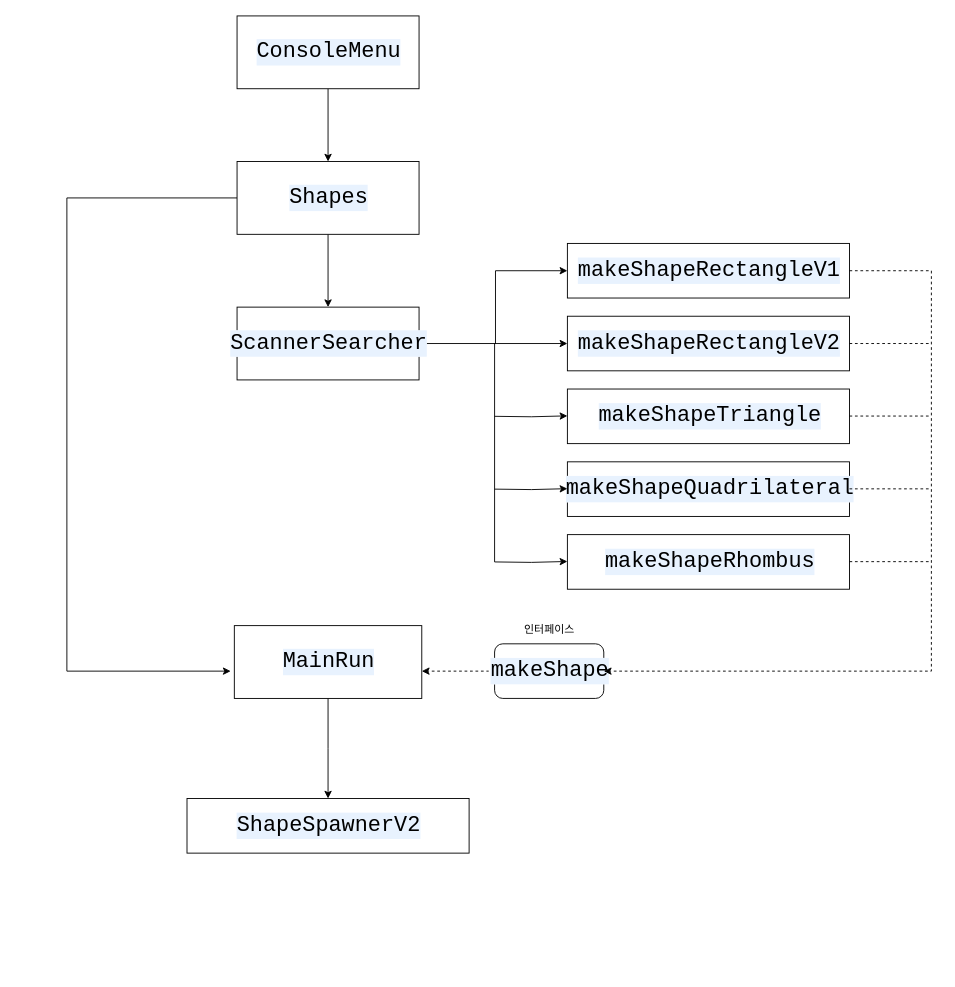
The draw.io diagram src/윤광혁/ShapeSpawnerV2 INFO/ShapeSpawnerV2.drawio in FN-BN-EDU-ORGANIZATION/JAVA, before the edit. Source tidied: cells renumbered, new cells numbered last; positions are measured from the earlier drawing's top-left corner, leaving out a move shared by most shapes. Both pictures are drawn from the tidied source at 91%, with x=0, y=0 at pixel (66, 15).
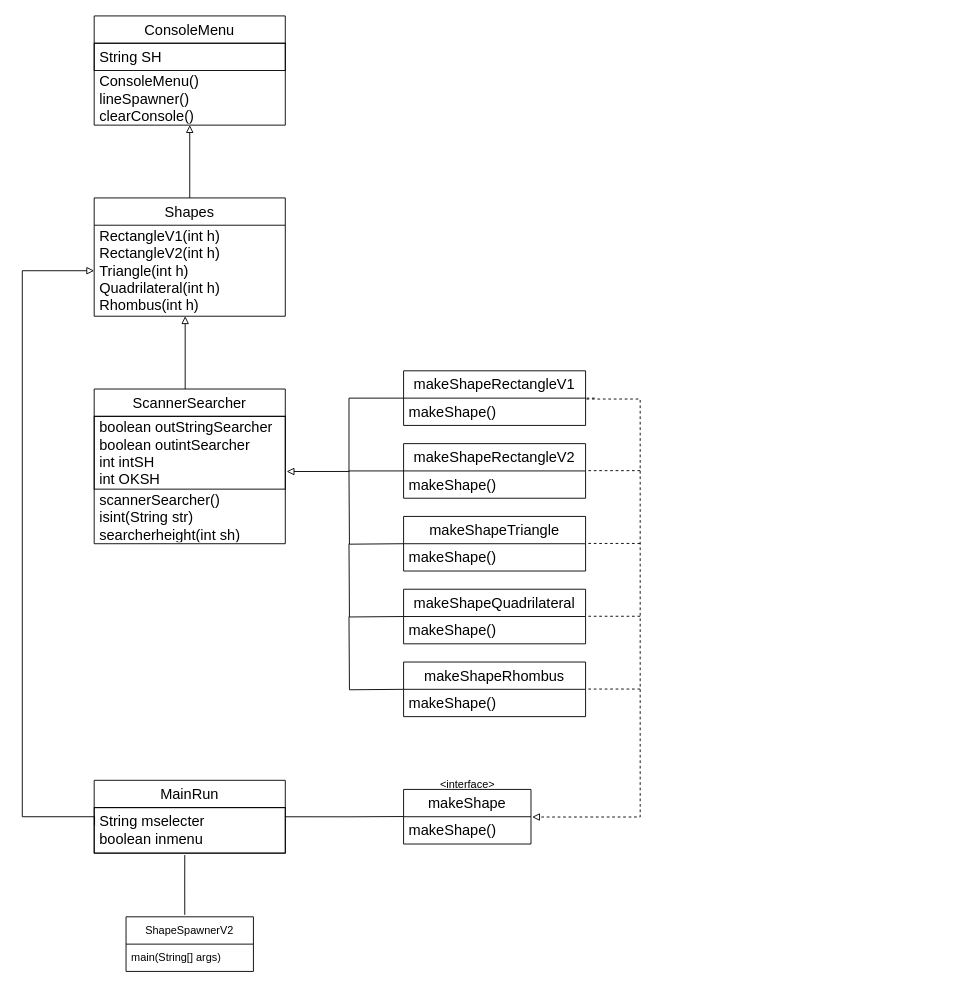
The same diagram, later.

What changed in the source:
```diff
@@
-    <mxCell id="2" style="edgeStyle=orthogonalEdgeStyle;rounded=0;jettySize=auto;html=1;" parent="1" edge="1" source="3" target="6">
-      <mxGeometry relative="1" as="geometry" />
-    </mxCell>
+    <mxCell id="29" style="edgeStyle=orthogonalEdgeStyle;rounded=0;jettySize=auto;html=1;exitX=0.5;exitY=0;exitDx=0;exitDy=0;endArrow=block;endFill=0;strokeWidth=1;" parent="1" edge="1" source="6" target="3">
+      <mxGeometry relative="1" as="geometry" />
+    </mxCell>
-    <mxCell id="3" value="&lt;div style=&quot;background-color:#ffffff;padding:0px 0px 0px 2px;&quot;&gt;&lt;div style=&quot;font-family: &amp;quot;Courier New&amp;quot;; font-size: 18pt;&quot;&gt;&lt;p style=&quot;background-color:#e8f2fe;margin:0;&quot;&gt;ConsoleMenu&lt;/p&gt;&lt;/div&gt;&lt;/div&gt;" style="rounded=0;whiteSpace=wrap;html=1;" parent="1" vertex="1">
-      <mxGeometry x="187" width="200" height="80" as="geometry" />
+    <mxCell id="3" value="ConsoleMenu" style="swimlane;fontStyle=0;horizontal=1;startSize=30;whiteSpace=wrap;fontFamily=Helvetica;fontSize=16;fontColor=default;" parent="1" vertex="1">
+      <mxGeometry x="30" width="210" height="120" as="geometry" />
     </mxCell>
-    <mxCell id="4" style="edgeStyle=orthogonalEdgeStyle;rounded=0;jettySize=auto;html=1;" parent="1" edge="1" source="6" target="9">
-      <mxGeometry relative="1" as="geometry" />
-    </mxCell>
-    <mxCell id="5" style="edgeStyle=orthogonalEdgeStyle;rounded=0;jettySize=auto;html=1;" parent="1" edge="1" source="6">
-      <mxGeometry relative="1" as="geometry">
-        <mxPoint x="180" y="720" as="targetPoint" />
-        <Array as="points">
-          <mxPoint y="200" />
-        </Array>
-      </mxGeometry>
-    </mxCell>
+    <mxCell id="30" value="String SH" style="text;strokeColor=default;fillColor=none;align=left;verticalAlign=middle;spacingLeft=4;spacingRight=4;overflow=hidden;whiteSpace=wrap;fontFamily=Helvetica;fontSize=16;fontColor=default;" parent="3" vertex="1">
+      <mxGeometry y="30" width="210" height="30" as="geometry" />
+    </mxCell>
+    <mxCell id="31" value="ConsoleMenu()&#10;lineSpawner()&#10;clearConsole()" style="text;strokeColor=none;fillColor=none;align=left;verticalAlign=middle;spacingLeft=4;spacingRight=4;overflow=hidden;whiteSpace=wrap;fontFamily=Helvetica;fontSize=16;fontColor=default;" parent="3" vertex="1">
+      <mxGeometry y="60" width="210" height="60" as="geometry" />
+    </mxCell>
-    <mxCell id="6" value="&lt;div style=&quot;background-color:#ffffff;padding:0px 0px 0px 2px;&quot;&gt;&lt;div style=&quot;font-family: &amp;quot;Courier New&amp;quot;; font-size: 18pt;&quot;&gt;&lt;p style=&quot;background-color:#e8f2fe;margin:0;&quot;&gt;Shapes&lt;/p&gt;&lt;/div&gt;&lt;/div&gt;" style="rounded=0;whiteSpace=wrap;html=1;" parent="1" vertex="1">
-      <mxGeometry x="187" y="160" width="200" height="80" as="geometry" />
+    <mxCell id="6" value="Shapes" style="swimlane;fontStyle=0;horizontal=1;startSize=30;fontFamily=Helvetica;fontSize=16;fontColor=default;whiteSpace=wrap;" parent="1" vertex="1">
+      <mxGeometry x="30" y="200" width="210" height="130" as="geometry" />
     </mxCell>
-    <mxCell id="7" style="edgeStyle=orthogonalEdgeStyle;rounded=0;jettySize=auto;html=1;" parent="1" edge="1" target="15">
-      <mxGeometry relative="1" as="geometry">
-        <mxPoint x="470" y="600" as="sourcePoint" />
-        <Array as="points">
-          <mxPoint x="471" y="360" />
-          <mxPoint x="471" y="280" />
-        </Array>
-      </mxGeometry>
-    </mxCell>
-    <mxCell id="8" style="edgeStyle=orthogonalEdgeStyle;rounded=0;jettySize=auto;html=1;entryX=0;entryY=0.5;entryDx=0;entryDy=0;exitX=1;exitY=0.5;exitDx=0;exitDy=0;" parent="1" edge="1" source="9" target="16">
-      <mxGeometry relative="1" as="geometry" />
-    </mxCell>
+    <mxCell id="32" value="RectangleV1(int h)&#10;RectangleV2(int h)&#10;Triangle(int h)&#10;Quadrilateral(int h)&#10;Rhombus(int h)" style="text;strokeColor=none;fillColor=none;align=left;verticalAlign=middle;spacingLeft=4;spacingRight=4;overflow=hidden;points=[[0,0.5],[1,0.5]];portConstraint=eastwest;fontFamily=Helvetica;fontSize=16;fontColor=default;whiteSpace=wrap;" parent="6" vertex="1">
+      <mxGeometry y="30" width="210" height="100" as="geometry" />
+    </mxCell>
-    <mxCell id="9" value="&lt;div style=&quot;background-color:#ffffff;padding:0px 0px 0px 2px;&quot;&gt;&lt;div style=&quot;font-family: &amp;quot;Courier New&amp;quot;; font-size: 18pt;&quot;&gt;&lt;p style=&quot;background-color:#e8f2fe;margin:0;&quot;&gt;ScannerSearcher&lt;/p&gt;&lt;/div&gt;&lt;/div&gt;" style="rounded=0;whiteSpace=wrap;html=1;" parent="1" vertex="1">
-      <mxGeometry x="187" y="320" width="200" height="80" as="geometry" />
+    <mxCell id="9" value="ScannerSearcher" style="swimlane;fontStyle=0;horizontal=1;startSize=30;fontFamily=Helvetica;fontSize=16;whiteSpace=wrap;" parent="1" vertex="1">
+      <mxGeometry x="30" y="410" width="210" height="170" as="geometry" />
     </mxCell>
-    <mxCell id="10" style="edgeStyle=orthogonalEdgeStyle;rounded=0;jettySize=auto;html=1;dashed=1;entryX=1;entryY=0.625;entryDx=0;entryDy=0;entryPerimeter=0;" parent="1" edge="1" source="11" target="13">
-      <mxGeometry relative="1" as="geometry" />
-    </mxCell>
+    <mxCell id="33" value="boolean outStringSearcher&#10;boolean outintSearcher&#10;int intSH&#10;int OKSH" style="text;strokeColor=default;fillColor=none;align=left;verticalAlign=middle;spacingLeft=4;spacingRight=4;overflow=hidden;points=[[0,0.5],[1,0.5]];portConstraint=eastwest;fontFamily=Helvetica;fontSize=16;whiteSpace=wrap;" parent="9" vertex="1">
+      <mxGeometry y="30" width="210" height="80" as="geometry" />
+    </mxCell>
+    <mxCell id="34" value="scannerSearcher()&#10;isint(String str)&#10;searcherheight(int sh)" style="text;strokeColor=none;fillColor=none;align=left;verticalAlign=middle;spacingLeft=4;spacingRight=4;overflow=hidden;fontFamily=Helvetica;fontSize=16;whiteSpace=wrap;" parent="9" vertex="1">
+      <mxGeometry y="110" width="210" height="60" as="geometry" />
+    </mxCell>
+    <mxCell id="13" value="MainRun" style="swimlane;fontStyle=0;horizontal=1;startSize=30;whiteSpace=wrap;fontSize=16;" parent="1" vertex="1">
+      <mxGeometry x="30" y="840" width="210" height="80" as="geometry" />
+    </mxCell>
+    <mxCell id="35" value="String mselecter&#10;boolean inmenu" style="text;strokeColor=default;fillColor=none;align=left;verticalAlign=middle;spacingLeft=4;spacingRight=4;overflow=hidden;points=[[0,0.5],[1,0.5]];portConstraint=eastwest;whiteSpace=wrap;fontSize=16;" parent="13" vertex="1">
+      <mxGeometry y="30" width="210" height="50" as="geometry" />
+    </mxCell>
+    <mxCell id="36" style="edgeStyle=orthogonalEdgeStyle;rounded=0;jettySize=auto;html=1;exitX=0.998;exitY=0.201;exitDx=0;exitDy=0;endArrow=none;endFill=0;strokeWidth=1;entryX=0.998;entryY=0.201;entryDx=0;entryDy=0;entryPerimeter=0;exitPerimeter=0;" parent="13" edge="1" source="35">
+      <mxGeometry relative="1" as="geometry">
+        <mxPoint x="340" y="39.8" as="targetPoint" />
+        <Array as="points">
+          <mxPoint x="280" y="40" />
+        </Array>
+      </mxGeometry>
+    </mxCell>
-    <mxCell id="11" value="&lt;div style=&quot;background-color:#ffffff;padding:0px 0px 0px 2px;&quot;&gt;&lt;div style=&quot;font-family: &amp;quot;Courier New&amp;quot;; font-size: 18pt;&quot;&gt;&lt;p style=&quot;background-color:#e8f2fe;margin:0;&quot;&gt;makeShape&lt;/p&gt;&lt;/div&gt;&lt;/div&gt;" style="rounded=1;whiteSpace=wrap;html=1;" parent="1" vertex="1">
-      <mxGeometry x="470" y="690" width="120" height="60" as="geometry" />
+    <mxCell id="11" value="makeShape" style="swimlane;fontStyle=0;horizontal=1;startSize=30;whiteSpace=wrap;fontSize=16;" parent="1" vertex="1">
+      <mxGeometry x="370" y="850" width="140" height="60" as="geometry" />
     </mxCell>
-    <mxCell id="12" style="edgeStyle=orthogonalEdgeStyle;rounded=0;jettySize=auto;html=1;" parent="1" edge="1" source="13">
-      <mxGeometry relative="1" as="geometry">
-        <mxPoint x="287" y="860" as="targetPoint" />
-      </mxGeometry>
-    </mxCell>
-    <mxCell id="13" value="&lt;div style=&quot;background-color:#ffffff;padding:0px 0px 0px 2px;&quot;&gt;&lt;div style=&quot;font-family: &amp;quot;Courier New&amp;quot;; font-size: 18pt;&quot;&gt;&lt;p style=&quot;background-color:#e8f2fe;margin:0;&quot;&gt;MainRun&lt;/p&gt;&lt;/div&gt;&lt;/div&gt;" style="rounded=0;whiteSpace=wrap;html=1;" parent="1" vertex="1">
-      <mxGeometry x="184" y="670" width="206" height="80" as="geometry" />
-    </mxCell>
-    <mxCell id="14" value="인터페이스" style="text;html=1;align=center;verticalAlign=middle;strokeColor=none;fillColor=none;" parent="1" vertex="1">
-      <mxGeometry x="490" y="660" width="80" height="30" as="geometry" />
-    </mxCell>
+    <mxCell id="37" value="makeShape()" style="text;strokeColor=none;fillColor=none;align=left;verticalAlign=middle;spacingLeft=4;spacingRight=4;overflow=hidden;points=[[0,0.5],[1,0.5]];portConstraint=eastwest;whiteSpace=wrap;fontSize=16;" parent="11" vertex="1">
+      <mxGeometry y="30" width="140" height="30" as="geometry" />
+    </mxCell>
-    <mxCell id="15" value="&lt;div style=&quot;background-color:#ffffff;padding:0px 0px 0px 2px;&quot;&gt;&lt;div style=&quot;font-family: &amp;quot;Courier New&amp;quot;; font-size: 18pt;&quot;&gt;&lt;p style=&quot;background-color:#e8f2fe;margin:0;&quot;&gt;makeShapeRectangleV1&lt;/p&gt;&lt;/div&gt;&lt;/div&gt;" style="rounded=0;whiteSpace=wrap;html=1;" parent="1" vertex="1">
-      <mxGeometry x="550" y="250" width="310" height="60" as="geometry" />
+    <mxCell id="15" value="makeShapeRectangleV1" style="swimlane;fontStyle=0;horizontal=1;startSize=30;whiteSpace=wrap;fontSize=16;" parent="1" vertex="1">
+      <mxGeometry x="370" y="390" width="200" height="60" as="geometry" />
     </mxCell>
+    <mxCell id="38" value="makeShape()" style="text;strokeColor=none;fillColor=none;align=left;verticalAlign=middle;spacingLeft=4;spacingRight=4;overflow=hidden;whiteSpace=wrap;fontSize=16;" parent="15" vertex="1">
+      <mxGeometry y="30" width="200" height="30" as="geometry" />
+    </mxCell>
-    <mxCell id="16" value="&lt;div style=&quot;background-color:#ffffff;padding:0px 0px 0px 2px;&quot;&gt;&lt;div style=&quot;font-family: &amp;quot;Courier New&amp;quot;; font-size: 18pt;&quot;&gt;&lt;p style=&quot;background-color:#e8f2fe;margin:0;&quot;&gt;makeShapeRectangleV2&lt;/p&gt;&lt;/div&gt;&lt;/div&gt;" style="rounded=0;whiteSpace=wrap;html=1;" parent="1" vertex="1">
-      <mxGeometry x="550" y="330" width="310" height="60" as="geometry" />
+    <mxCell id="16" value="makeShapeRectangleV2" style="swimlane;fontStyle=0;horizontal=1;startSize=30;whiteSpace=wrap;fontSize=16;" parent="1" vertex="1">
+      <mxGeometry x="370" y="470" width="200" height="60" as="geometry" />
     </mxCell>
+    <mxCell id="39" value="makeShape()" style="text;strokeColor=none;fillColor=none;align=left;verticalAlign=middle;spacingLeft=4;spacingRight=4;overflow=hidden;whiteSpace=wrap;fontSize=16;" parent="16" vertex="1">
+      <mxGeometry y="30" width="200" height="30" as="geometry" />
+    </mxCell>
-    <mxCell id="17" value="&lt;div style=&quot;background-color:#ffffff;padding:0px 0px 0px 2px;&quot;&gt;&lt;div style=&quot;font-family: &amp;quot;Courier New&amp;quot;; font-size: 18pt;&quot;&gt;&lt;div style=&quot;padding: 0px 0px 0px 2px;&quot;&gt;&lt;div style=&quot;font-size: 18pt;&quot;&gt;&lt;p style=&quot;background-color:#e8f2fe;margin:0;&quot;&gt;makeShapeTriangle&lt;/p&gt;&lt;/div&gt;&lt;/div&gt;&lt;/div&gt;&lt;/div&gt;" style="rounded=0;whiteSpace=wrap;html=1;" parent="1" vertex="1">
-      <mxGeometry x="550" y="410" width="310" height="60" as="geometry" />
+    <mxCell id="17" value="makeShapeTriangle" style="swimlane;fontStyle=0;horizontal=1;startSize=30;whiteSpace=wrap;fontSize=16;" parent="1" vertex="1">
+      <mxGeometry x="370" y="550" width="200" height="60" as="geometry" />
     </mxCell>
+    <mxCell id="40" value="makeShape()" style="text;strokeColor=none;fillColor=none;align=left;verticalAlign=middle;spacingLeft=4;spacingRight=4;overflow=hidden;whiteSpace=wrap;fontSize=16;" parent="17" vertex="1">
+      <mxGeometry y="30" width="200" height="30" as="geometry" />
+    </mxCell>
-    <mxCell id="18" value="&lt;div style=&quot;background-color:#ffffff;padding:0px 0px 0px 2px;&quot;&gt;&lt;div style=&quot;font-family: &amp;quot;Courier New&amp;quot;; font-size: 18pt;&quot;&gt;&lt;div style=&quot;padding: 0px 0px 0px 2px;&quot;&gt;&lt;div style=&quot;font-size: 18pt;&quot;&gt;&lt;p style=&quot;background-color:#e8f2fe;margin:0;&quot;&gt;makeShapeQuadrilateral&lt;/p&gt;&lt;/div&gt;&lt;/div&gt;&lt;/div&gt;&lt;/div&gt;" style="rounded=0;whiteSpace=wrap;html=1;" parent="1" vertex="1">
-      <mxGeometry x="550" y="490" width="310" height="60" as="geometry" />
+    <mxCell id="18" value="makeShapeQuadrilateral" style="swimlane;fontStyle=0;horizontal=1;startSize=30;whiteSpace=wrap;fontSize=16;" parent="1" vertex="1">
+      <mxGeometry x="370" y="630" width="200" height="60" as="geometry" />
     </mxCell>
+    <mxCell id="41" value="makeShape()" style="text;strokeColor=none;fillColor=none;align=left;verticalAlign=middle;spacingLeft=4;spacingRight=4;overflow=hidden;whiteSpace=wrap;fontSize=16;" parent="18" vertex="1">
+      <mxGeometry y="30" width="200" height="30" as="geometry" />
+    </mxCell>
-    <mxCell id="19" value="&lt;div style=&quot;background-color:#ffffff;padding:0px 0px 0px 2px;&quot;&gt;&lt;div style=&quot;font-family: &amp;quot;Courier New&amp;quot;; font-size: 18pt;&quot;&gt;&lt;div style=&quot;padding: 0px 0px 0px 2px;&quot;&gt;&lt;div style=&quot;font-size: 18pt;&quot;&gt;&lt;p style=&quot;background-color:#e8f2fe;margin:0;&quot;&gt;makeShapeRhombus&lt;/p&gt;&lt;/div&gt;&lt;/div&gt;&lt;/div&gt;&lt;/div&gt;" style="rounded=0;whiteSpace=wrap;html=1;" parent="1" vertex="1">
-      <mxGeometry x="550" y="570" width="310" height="60" as="geometry" />
+    <mxCell id="19" value="makeShapeRhombus" style="swimlane;fontStyle=0;horizontal=1;startSize=30;whiteSpace=wrap;fontSize=16;" parent="1" vertex="1">
+      <mxGeometry x="370" y="710" width="200" height="60" as="geometry" />
     </mxCell>
-    <mxCell id="20" style="edgeStyle=orthogonalEdgeStyle;rounded=0;orthogonalLoop=1;jettySize=auto;html=1;entryX=0;entryY=0.5;entryDx=0;entryDy=0;" parent="1" edge="1">
-      <mxGeometry relative="1" as="geometry">
-        <mxPoint x="470" y="440" as="sourcePoint" />
-        <mxPoint x="550" y="439.5" as="targetPoint" />
-      </mxGeometry>
-    </mxCell>
-    <mxCell id="21" style="edgeStyle=orthogonalEdgeStyle;rounded=0;orthogonalLoop=1;jettySize=auto;html=1;entryX=0;entryY=0.5;entryDx=0;entryDy=0;" parent="1" edge="1">
-      <mxGeometry relative="1" as="geometry">
-        <mxPoint x="470" y="520" as="sourcePoint" />
-        <mxPoint x="550" y="519.5" as="targetPoint" />
-      </mxGeometry>
-    </mxCell>
-    <mxCell id="22" style="edgeStyle=orthogonalEdgeStyle;rounded=0;orthogonalLoop=1;jettySize=auto;html=1;entryX=0;entryY=0.5;entryDx=0;entryDy=0;" parent="1" edge="1">
-      <mxGeometry relative="1" as="geometry">
-        <mxPoint x="470" y="600" as="sourcePoint" />
-        <mxPoint x="550" y="599.5" as="targetPoint" />
-      </mxGeometry>
-    </mxCell>
-    <mxCell id="23" style="edgeStyle=orthogonalEdgeStyle;rounded=0;jettySize=auto;html=1;dashed=1;" parent="1" edge="1" target="11">
-      <mxGeometry relative="1" as="geometry">
-        <mxPoint x="860" y="280" as="sourcePoint" />
-        <Array as="points">
-          <mxPoint x="950" y="280" />
-          <mxPoint x="950" y="720" />
-        </Array>
-      </mxGeometry>
-    </mxCell>
-    <mxCell id="24" style="edgeStyle=orthogonalEdgeStyle;rounded=0;orthogonalLoop=1;jettySize=auto;html=1;dashed=1;endArrow=none;endFill=0;" parent="1" edge="1">
-      <mxGeometry relative="1" as="geometry">
-        <mxPoint x="860" y="360" as="sourcePoint" />
-        <mxPoint x="950" y="360" as="targetPoint" />
-      </mxGeometry>
-    </mxCell>
-    <mxCell id="25" style="edgeStyle=orthogonalEdgeStyle;rounded=0;orthogonalLoop=1;jettySize=auto;html=1;dashed=1;endArrow=none;endFill=0;" parent="1" edge="1">
-      <mxGeometry relative="1" as="geometry">
-        <mxPoint x="860" y="439.7" as="sourcePoint" />
-        <mxPoint x="950" y="439.7" as="targetPoint" />
-      </mxGeometry>
-    </mxCell>
-    <mxCell id="26" style="edgeStyle=orthogonalEdgeStyle;rounded=0;orthogonalLoop=1;jettySize=auto;html=1;dashed=1;endArrow=none;endFill=0;" parent="1" edge="1">
-      <mxGeometry relative="1" as="geometry">
-        <mxPoint x="860" y="519.7" as="sourcePoint" />
-        <mxPoint x="950" y="519.7" as="targetPoint" />
-      </mxGeometry>
-    </mxCell>
-    <mxCell id="27" style="edgeStyle=orthogonalEdgeStyle;rounded=0;orthogonalLoop=1;jettySize=auto;html=1;dashed=1;endArrow=none;endFill=0;" parent="1" edge="1">
-      <mxGeometry relative="1" as="geometry">
-        <mxPoint x="860" y="599.7" as="sourcePoint" />
-        <mxPoint x="950" y="599.7" as="targetPoint" />
-      </mxGeometry>
-    </mxCell>
+    <mxCell id="42" value="makeShape()" style="text;strokeColor=none;fillColor=none;align=left;verticalAlign=middle;spacingLeft=4;spacingRight=4;overflow=hidden;whiteSpace=wrap;fontSize=16;" parent="19" vertex="1">
+      <mxGeometry y="30" width="200" height="30" as="geometry" />
+    </mxCell>
+    <mxCell id="43" value="&amp;lt;interface&lt;span style=&quot;background-color: initial;&quot;&gt;&amp;gt;&lt;/span&gt;" style="text;html=1;align=center;verticalAlign=middle;strokeColor=none;fillColor=none;" parent="1" vertex="1">
+      <mxGeometry x="400" y="830" width="80" height="30" as="geometry" />
+    </mxCell>
+    <mxCell id="44" style="edgeStyle=orthogonalEdgeStyle;rounded=0;orthogonalLoop=1;jettySize=auto;html=1;exitX=0.5;exitY=0;exitDx=0;exitDy=0;endArrow=block;endFill=0;strokeWidth=1;" parent="1" edge="1">
+      <mxGeometry relative="1" as="geometry">
+        <mxPoint x="130" y="410" as="sourcePoint" />
+        <mxPoint x="130" y="330" as="targetPoint" />
+      </mxGeometry>
+    </mxCell>
+    <mxCell id="45" style="edgeStyle=orthogonalEdgeStyle;rounded=0;jettySize=auto;html=1;exitX=0.002;exitY=0.391;exitDx=0;exitDy=0;endArrow=block;endFill=0;strokeWidth=1;exitPerimeter=0;entryX=0;entryY=0.5;entryDx=0;entryDy=0;" parent="1" edge="1" source="35" target="32">
+      <mxGeometry relative="1" as="geometry">
+        <Array as="points">
+          <mxPoint x="30" y="880" />
+          <mxPoint x="-49" y="880" />
+          <mxPoint x="-49" y="280" />
+        </Array>
+      </mxGeometry>
+    </mxCell>
+    <mxCell id="46" style="edgeStyle=orthogonalEdgeStyle;rounded=0;jettySize=auto;html=1;exitX=0;exitY=0.5;exitDx=0;exitDy=0;endArrow=block;endFill=0;strokeWidth=1;entryX=1.007;entryY=0.758;entryDx=0;entryDy=0;entryPerimeter=0;" parent="1" edge="1" source="15" target="33">
+      <mxGeometry relative="1" as="geometry">
+        <Array as="points">
+          <mxPoint x="310" y="420" />
+          <mxPoint x="310" y="501" />
+        </Array>
+      </mxGeometry>
+    </mxCell>
+    <mxCell id="47" style="edgeStyle=orthogonalEdgeStyle;rounded=0;orthogonalLoop=1;jettySize=auto;html=1;exitX=0;exitY=0.25;exitDx=0;exitDy=0;endArrow=none;endFill=0;strokeWidth=1;" parent="1" edge="1">
+      <mxGeometry relative="1" as="geometry">
+        <mxPoint x="370" y="580" as="sourcePoint" />
+        <mxPoint x="310" y="500" as="targetPoint" />
+      </mxGeometry>
+    </mxCell>
+    <mxCell id="48" style="edgeStyle=orthogonalEdgeStyle;rounded=0;orthogonalLoop=1;jettySize=auto;html=1;exitX=0;exitY=0.25;exitDx=0;exitDy=0;endArrow=none;endFill=0;strokeWidth=1;" parent="1" edge="1">
+      <mxGeometry relative="1" as="geometry">
+        <mxPoint x="370" y="660" as="sourcePoint" />
+        <mxPoint x="310" y="580" as="targetPoint" />
+      </mxGeometry>
+    </mxCell>
+    <mxCell id="49" style="edgeStyle=orthogonalEdgeStyle;rounded=0;orthogonalLoop=1;jettySize=auto;html=1;exitX=0;exitY=0.25;exitDx=0;exitDy=0;endArrow=none;endFill=0;strokeWidth=1;" parent="1" edge="1">
+      <mxGeometry relative="1" as="geometry">
+        <mxPoint x="370" y="740" as="sourcePoint" />
+        <mxPoint x="310" y="660" as="targetPoint" />
+      </mxGeometry>
+    </mxCell>
+    <mxCell id="50" style="edgeStyle=orthogonalEdgeStyle;rounded=0;orthogonalLoop=1;jettySize=auto;html=1;exitX=0;exitY=0.25;exitDx=0;exitDy=0;endArrow=none;endFill=0;strokeWidth=1;" parent="1" edge="1">
+      <mxGeometry relative="1" as="geometry">
+        <mxPoint x="370" y="500" as="sourcePoint" />
+        <mxPoint x="310" y="500" as="targetPoint" />
+      </mxGeometry>
+    </mxCell>
+    <mxCell id="51" style="edgeStyle=orthogonalEdgeStyle;rounded=0;jettySize=auto;html=1;endArrow=block;endFill=0;strokeWidth=1;entryX=1.009;entryY=0.011;entryDx=0;entryDy=0;entryPerimeter=0;dashed=1;" parent="1" edge="1" target="37">
+      <mxGeometry relative="1" as="geometry">
+        <mxPoint x="580" y="420" as="sourcePoint" />
+        <Array as="points">
+          <mxPoint x="570" y="420" />
+          <mxPoint x="630" y="421" />
+          <mxPoint x="630" y="880" />
+        </Array>
+      </mxGeometry>
+    </mxCell>
+    <mxCell id="52" style="edgeStyle=orthogonalEdgeStyle;rounded=0;orthogonalLoop=1;jettySize=auto;html=1;exitX=0;exitY=0.25;exitDx=0;exitDy=0;endArrow=none;endFill=0;strokeWidth=1;dashed=1;" parent="1" edge="1">
+      <mxGeometry relative="1" as="geometry">
+        <mxPoint x="630" y="499.7" as="sourcePoint" />
+        <mxPoint x="570" y="499.7" as="targetPoint" />
+      </mxGeometry>
+    </mxCell>
+    <mxCell id="53" style="edgeStyle=orthogonalEdgeStyle;rounded=0;orthogonalLoop=1;jettySize=auto;html=1;exitX=0;exitY=0.25;exitDx=0;exitDy=0;endArrow=none;endFill=0;strokeWidth=1;dashed=1;" parent="1" edge="1">
+      <mxGeometry relative="1" as="geometry">
+        <mxPoint x="630" y="579.7" as="sourcePoint" />
+        <mxPoint x="570" y="579.7" as="targetPoint" />
+      </mxGeometry>
+    </mxCell>
+    <mxCell id="54" style="edgeStyle=orthogonalEdgeStyle;rounded=0;orthogonalLoop=1;jettySize=auto;html=1;exitX=0;exitY=0.25;exitDx=0;exitDy=0;endArrow=none;endFill=0;strokeWidth=1;dashed=1;" parent="1" edge="1">
+      <mxGeometry relative="1" as="geometry">
+        <mxPoint x="630" y="659.7" as="sourcePoint" />
+        <mxPoint x="570" y="659.7" as="targetPoint" />
+      </mxGeometry>
+    </mxCell>
+    <mxCell id="55" style="edgeStyle=orthogonalEdgeStyle;rounded=0;orthogonalLoop=1;jettySize=auto;html=1;exitX=0;exitY=0.25;exitDx=0;exitDy=0;endArrow=none;endFill=0;strokeWidth=1;dashed=1;" parent="1" edge="1">
+      <mxGeometry relative="1" as="geometry">
+        <mxPoint x="630" y="739.7" as="sourcePoint" />
+        <mxPoint x="570" y="739.7" as="targetPoint" />
+      </mxGeometry>
+    </mxCell>
-    <mxCell id="28" value="&lt;div style=&quot;background-color:#ffffff;padding:0px 0px 0px 2px;&quot;&gt;&lt;div style=&quot;font-family: &amp;quot;Courier New&amp;quot;; font-size: 18pt;&quot;&gt;&lt;p style=&quot;background-color:#e8f2fe;margin:0;&quot;&gt;ShapeSpawnerV2&lt;/p&gt;&lt;/div&gt;&lt;/div&gt;" style="rounded=0;whiteSpace=wrap;html=1;" parent="1" vertex="1">
-      <mxGeometry x="132" y="860" width="310" height="60" as="geometry" />
+    <mxCell id="28" value="ShapeSpawnerV2" style="swimlane;fontStyle=0;horizontal=1;startSize=30;whiteSpace=wrap;fontSize=12;fontFamily=Helvetica;" parent="1" vertex="1">
+      <mxGeometry x="65" y="990" width="140" height="60" as="geometry" />
     </mxCell>
+    <mxCell id="56" value="main(String[] args)" style="text;strokeColor=none;fillColor=none;align=left;verticalAlign=middle;spacingLeft=4;spacingRight=4;overflow=hidden;whiteSpace=wrap;fontSize=12;fontFamily=Helvetica;" parent="28" vertex="1">
+      <mxGeometry y="30" width="140" height="30" as="geometry" />
+    </mxCell>
+    <mxCell id="57" style="edgeStyle=orthogonalEdgeStyle;rounded=0;jettySize=auto;html=1;exitX=0.461;exitY=-0.036;exitDx=0;exitDy=0;endArrow=none;endFill=0;strokeWidth=1;exitPerimeter=0;entryX=0.474;entryY=1.042;entryDx=0;entryDy=0;entryPerimeter=0;" parent="1" edge="1" source="28" target="35">
+      <mxGeometry relative="1" as="geometry">
+        <Array as="points">
+          <mxPoint x="130" y="955" />
+          <mxPoint x="130" y="955" />
+          <mxPoint x="130" y="922" />
+        </Array>
+      </mxGeometry>
+    </mxCell>
```
